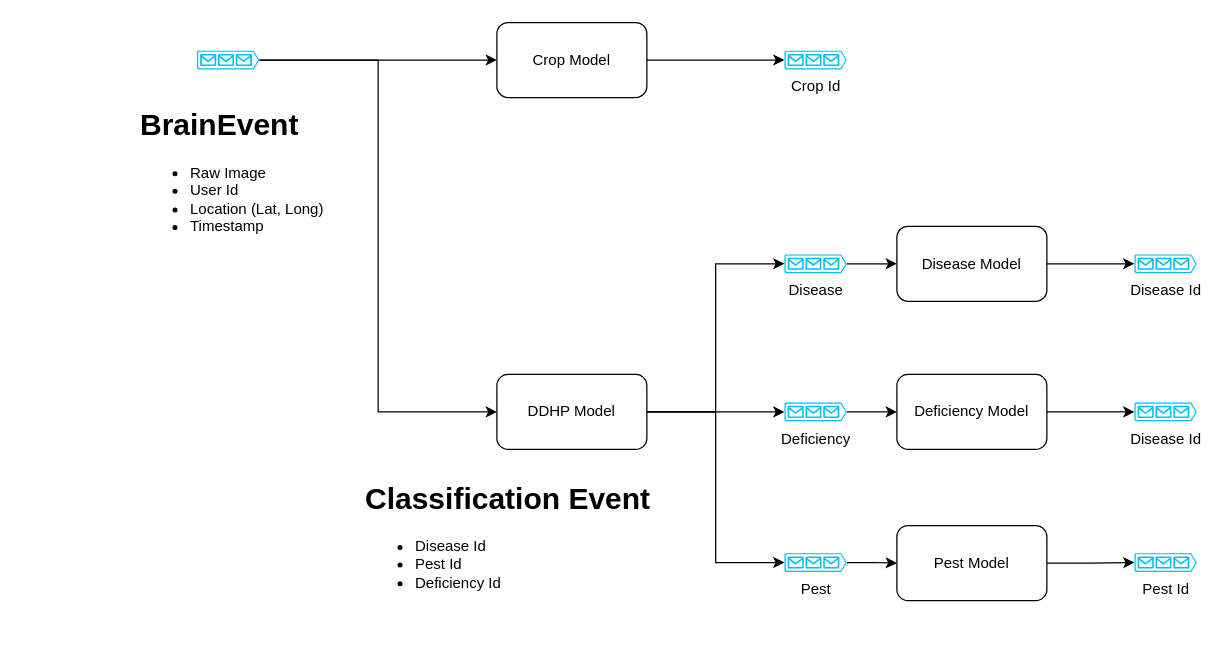
brain-os/brain-proto keeps this draw.io diagram as page "Page-4" (4 of 5) of docs/diagram/brain-os-function_architecture.drawio. Above is the earlier version. Source tidied: cells renumbered, new cells numbered last; positions are measured from the earlier drawing's top-left corner, leaving out a move shared by most shapes. Both pictures are drawn from the tidied source at 125%, with x=0, y=0 at pixel (134, 22).
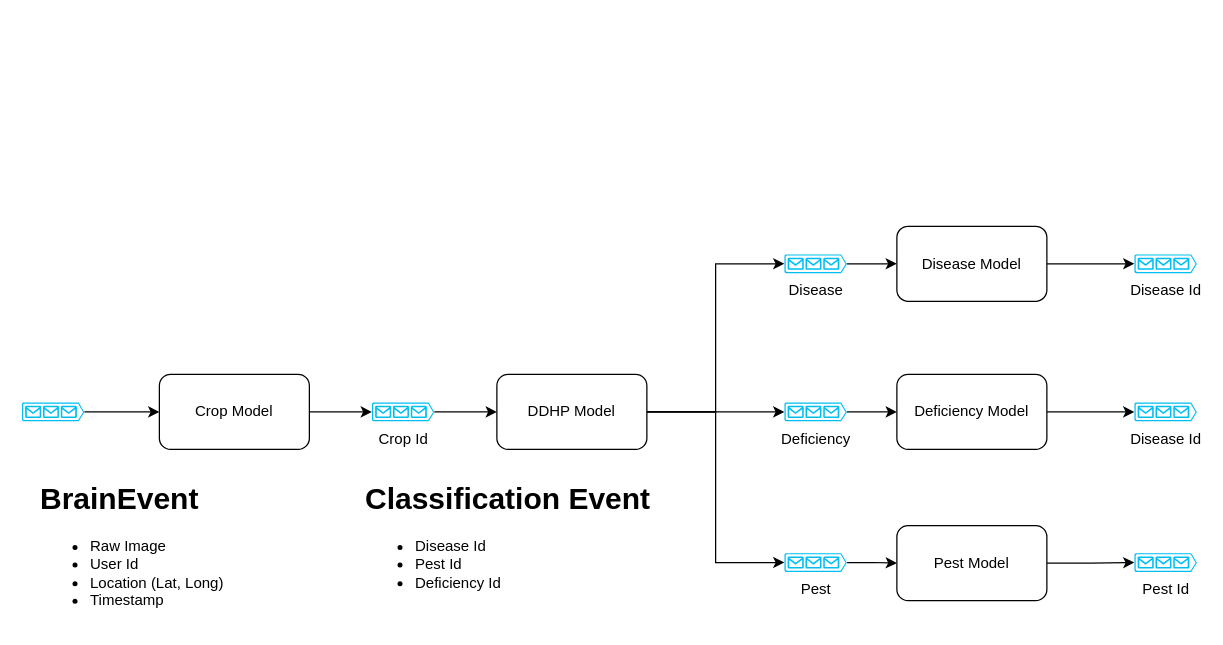
The same diagram, later.

Unchanged cells that the change refers to:
```xml
<mxCell id="11" value="DDHP Model" style="rounded=1;whiteSpace=wrap;html=1;" parent="1" vertex="1">
  <mxGeometry x="290" y="281" width="120" height="60" as="geometry" />
</mxCell>
```

The edit, as a diff of the source:
```diff
@@
-    <mxCell id="3" style="edgeStyle=orthogonalEdgeStyle;rounded=0;jettySize=auto;html=1;entryX=0;entryY=0.5;entryDx=0;entryDy=0;" parent="1" edge="1" source="4" target="11">
-      <mxGeometry relative="1" as="geometry" />
-    </mxCell>
     <mxCell id="4" style="verticalLabelPosition=bottom;html=1;verticalAlign=top;align=center;strokeColor=none;fillColor=#00BEF2;shape=mxgraph.azure.queue_generic;" parent="1" vertex="1">
-      <mxGeometry x="50" y="22" width="50" height="15" as="geometry" />
+      <mxGeometry x="-90" y="303.5" width="50" height="15" as="geometry" />
     </mxCell>
     <mxCell id="5" value="&lt;h1&gt;BrainEvent&lt;/h1&gt;&lt;p&gt;&lt;ul&gt;&lt;li&gt;Raw Image&lt;/li&gt;&lt;li&gt;User Id&lt;/li&gt;&lt;li&gt;Location (Lat, Long)&lt;/li&gt;&lt;li&gt;Timestamp&lt;/li&gt;&lt;/ul&gt;&lt;/p&gt;" style="text;html=1;strokeColor=none;fillColor=none;spacing=5;spacingTop=-20;whiteSpace=wrap;overflow=hidden;rounded=0;" parent="1" vertex="1">
-      <mxGeometry y="62" width="190" height="120" as="geometry" />
+      <mxGeometry x="-80" y="361" width="190" height="120" as="geometry" />
     </mxCell>
@@
     <mxCell id="7" value="Crop Model" style="rounded=1;whiteSpace=wrap;html=1;" parent="1" vertex="1">
-      <mxGeometry x="290" y="-0.5" width="120" height="60" as="geometry" />
+      <mxGeometry x="20" y="281" width="120" height="60" as="geometry" />
     </mxCell>
@@
+    <mxCell id="29" style="edgeStyle=orthogonalEdgeStyle;rounded=0;jettySize=auto;html=1;entryX=0;entryY=0.5;entryDx=0;entryDy=0;" parent="1" edge="1" source="12" target="11">
+      <mxGeometry relative="1" as="geometry" />
+    </mxCell>
     <mxCell id="12" value="Crop Id" style="verticalLabelPosition=bottom;html=1;verticalAlign=top;align=center;strokeColor=none;fillColor=#00BEF2;shape=mxgraph.azure.queue_generic;" parent="1" vertex="1">
-      <mxGeometry x="520" y="22" width="50" height="15" as="geometry" />
+      <mxGeometry x="190" y="303.5" width="50" height="15" as="geometry" />
     </mxCell>
```
